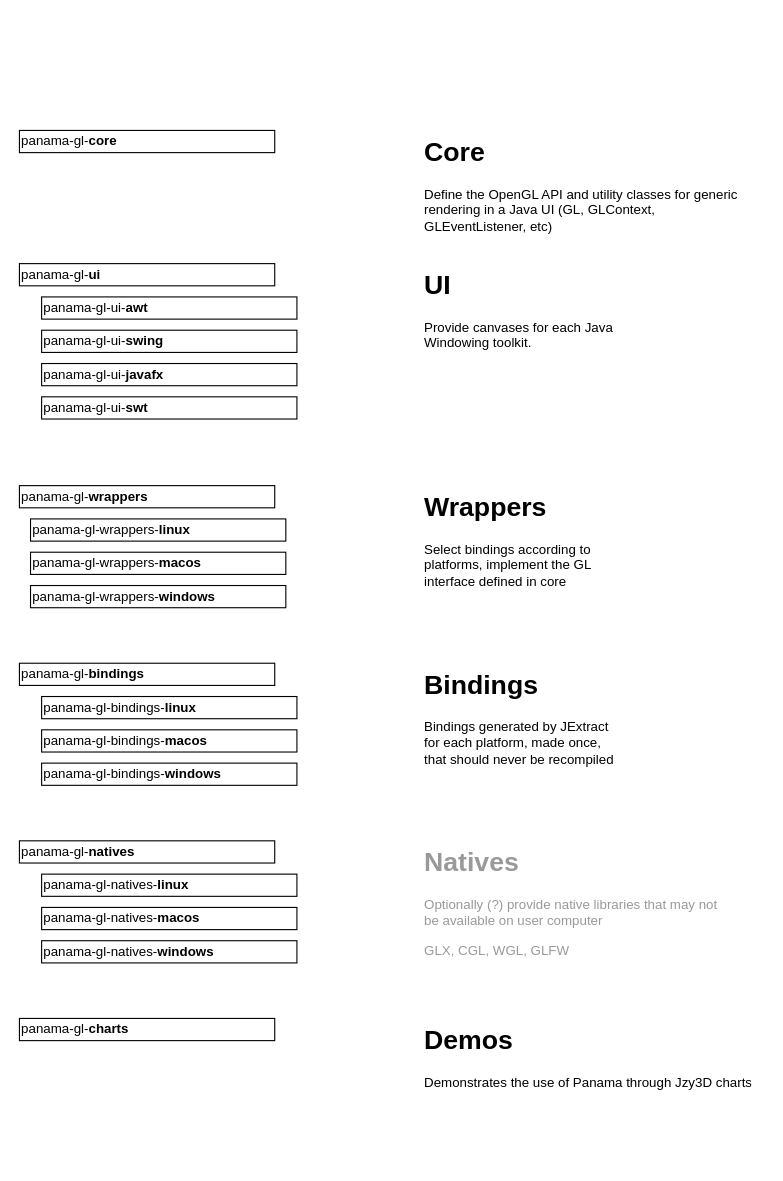
Earlier version of the draw.io diagram page "Page-2" (2 of 2) of doc/PanamaGL Design.drawio (jzy3d/panama-gl). Source tidied: cells renumbered, new cells numbered last; positions are measured from the earlier drawing's top-left corner, leaving out a move shared by most shapes. Both pictures are drawn from the tidied source at 111%, with x=0, y=0 at pixel (19, 130).
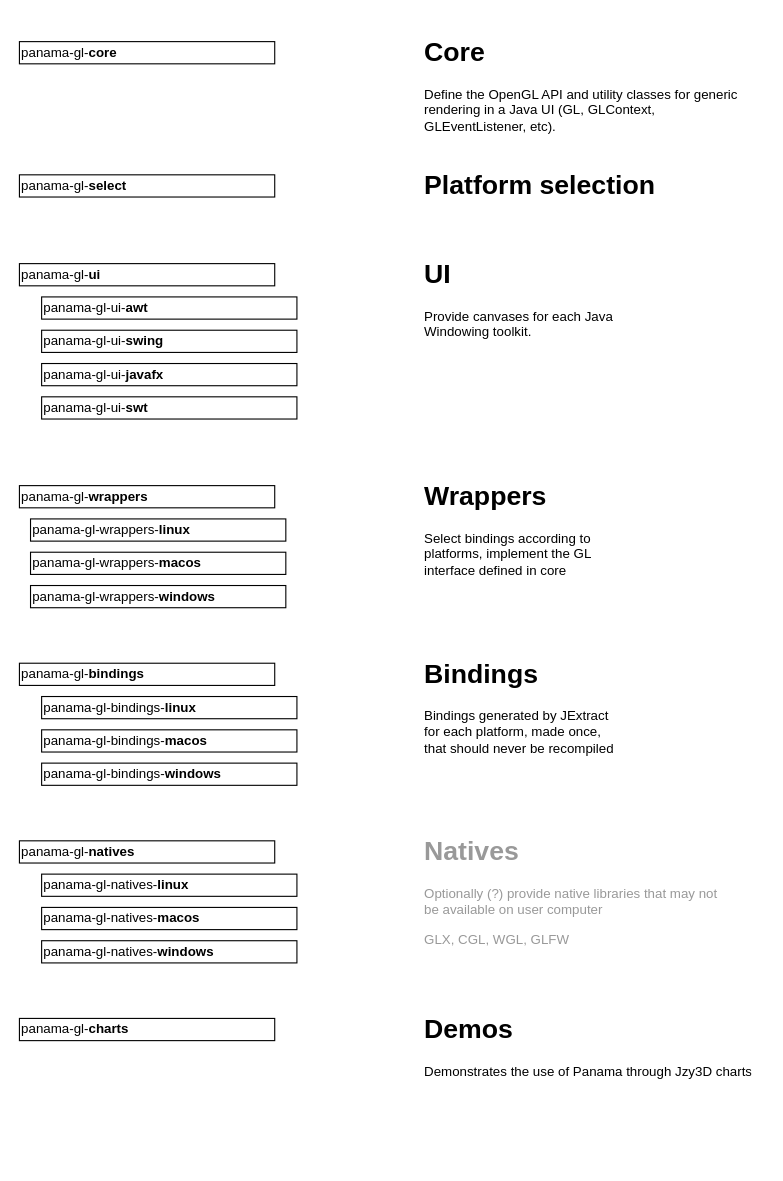
The same diagram, later.

The edit, as a diff of the source:
```diff
@@
     <mxCell id="2" value="panama-gl-&lt;b&gt;core&lt;/b&gt;" style="rounded=0;whiteSpace=wrap;html=1;fontColor=#000000;align=left;" parent="1" vertex="1">
-      <mxGeometry width="230" height="20" as="geometry" />
+      <mxGeometry y="-80" width="230" height="20" as="geometry" />
     </mxCell>
@@
     <mxCell id="11" value="&lt;h1&gt;Bindings&lt;/h1&gt;&lt;p&gt;Bindings generated by JExtract for each platform, made once, that should never be recompiled&lt;/p&gt;" style="text;html=1;strokeColor=none;fillColor=none;spacing=5;spacingTop=-20;whiteSpace=wrap;overflow=hidden;rounded=0;fontColor=#000000;" parent="1" vertex="1">
-      <mxGeometry x="360" y="480" width="190" height="120" as="geometry" />
+      <mxGeometry x="360" y="470" width="190" height="120" as="geometry" />
     </mxCell>
@@
     <mxCell id="17" value="&lt;h1&gt;Wrappers&lt;/h1&gt;&lt;p&gt;Select bindings according to platforms, implement the GL interface defined in core&lt;/p&gt;" style="text;html=1;strokeColor=none;fillColor=none;spacing=5;spacingTop=-20;whiteSpace=wrap;overflow=hidden;rounded=0;fontColor=#000000;" parent="1" vertex="1">
-      <mxGeometry x="360" y="320" width="190" height="120" as="geometry" />
+      <mxGeometry x="360" y="310" width="190" height="120" as="geometry" />
     </mxCell>
-    <mxCell id="18" value="&lt;h1&gt;Core&lt;/h1&gt;&lt;p&gt;Define the OpenGL API and utility classes for generic rendering in a Java UI (&lt;span style=&quot;background-color: initial;&quot;&gt;GL, GLContext, GLEventListener, etc)&lt;/span&gt;&lt;/p&gt;" style="text;html=1;strokeColor=none;fillColor=none;spacing=5;spacingTop=-20;whiteSpace=wrap;overflow=hidden;rounded=0;fontColor=#000000;" parent="1" vertex="1">
-      <mxGeometry x="360" width="310" height="100" as="geometry" />
+    <mxCell id="18" value="&lt;h1&gt;Core&lt;/h1&gt;&lt;p&gt;Define the OpenGL API and utility classes for generic rendering in a Java UI (&lt;span style=&quot;background-color: initial;&quot;&gt;GL, GLContext, GLEventListener, etc).&lt;/span&gt;&lt;/p&gt;" style="text;html=1;strokeColor=none;fillColor=none;spacing=5;spacingTop=-20;whiteSpace=wrap;overflow=hidden;rounded=0;fontColor=#000000;" parent="1" vertex="1">
+      <mxGeometry x="360" y="-90" width="310" height="100" as="geometry" />
     </mxCell>
     <mxCell id="19" value="&lt;h1&gt;UI&lt;/h1&gt;&lt;p&gt;Provide canvases for each Java Windowing toolkit.&lt;/p&gt;" style="text;html=1;strokeColor=none;fillColor=none;spacing=5;spacingTop=-20;whiteSpace=wrap;overflow=hidden;rounded=0;fontColor=#000000;" parent="1" vertex="1">
-      <mxGeometry x="360" y="120" width="190" height="120" as="geometry" />
+      <mxGeometry x="360" y="110" width="190" height="120" as="geometry" />
     </mxCell>
@@
     <mxCell id="24" value="&lt;h1&gt;Natives&lt;/h1&gt;&lt;p&gt;Optionally (?) provide native libraries that may not be available on user computer&lt;/p&gt;&lt;p&gt;GLX, CGL, WGL, GLFW&lt;/p&gt;" style="text;html=1;strokeColor=none;fillColor=none;spacing=5;spacingTop=-20;whiteSpace=wrap;overflow=hidden;rounded=0;fontColor=#999999;" parent="1" vertex="1">
-      <mxGeometry x="360" y="640" width="280" height="120" as="geometry" />
+      <mxGeometry x="360" y="630" width="280" height="120" as="geometry" />
     </mxCell>
@@
     <mxCell id="26" value="&lt;h1&gt;Demos&lt;/h1&gt;&lt;p&gt;Demonstrates the use of Panama through Jzy3D charts&lt;/p&gt;" style="text;html=1;strokeColor=none;fillColor=none;spacing=5;spacingTop=-20;whiteSpace=wrap;overflow=hidden;rounded=0;fontColor=#000000;" parent="1" vertex="1">
-      <mxGeometry x="360" y="800" width="310" height="130" as="geometry" />
+      <mxGeometry x="360" y="790" width="310" height="130" as="geometry" />
     </mxCell>
+    <mxCell id="27" value="panama-gl-&lt;b&gt;select&lt;/b&gt;" style="rounded=0;whiteSpace=wrap;html=1;fontColor=#000000;align=left;" parent="1" vertex="1">
+      <mxGeometry y="40" width="230" height="20" as="geometry" />
+    </mxCell>
+    <mxCell id="28" value="&lt;h1&gt;&lt;span style=&quot;background-color: initial;&quot;&gt;Platform selection&lt;/span&gt;&lt;/h1&gt;" style="text;html=1;strokeColor=none;fillColor=none;spacing=5;spacingTop=-20;whiteSpace=wrap;overflow=hidden;rounded=0;fontColor=#000000;" parent="1" vertex="1">
+      <mxGeometry x="360" y="30" width="310" height="100" as="geometry" />
+    </mxCell>
```
